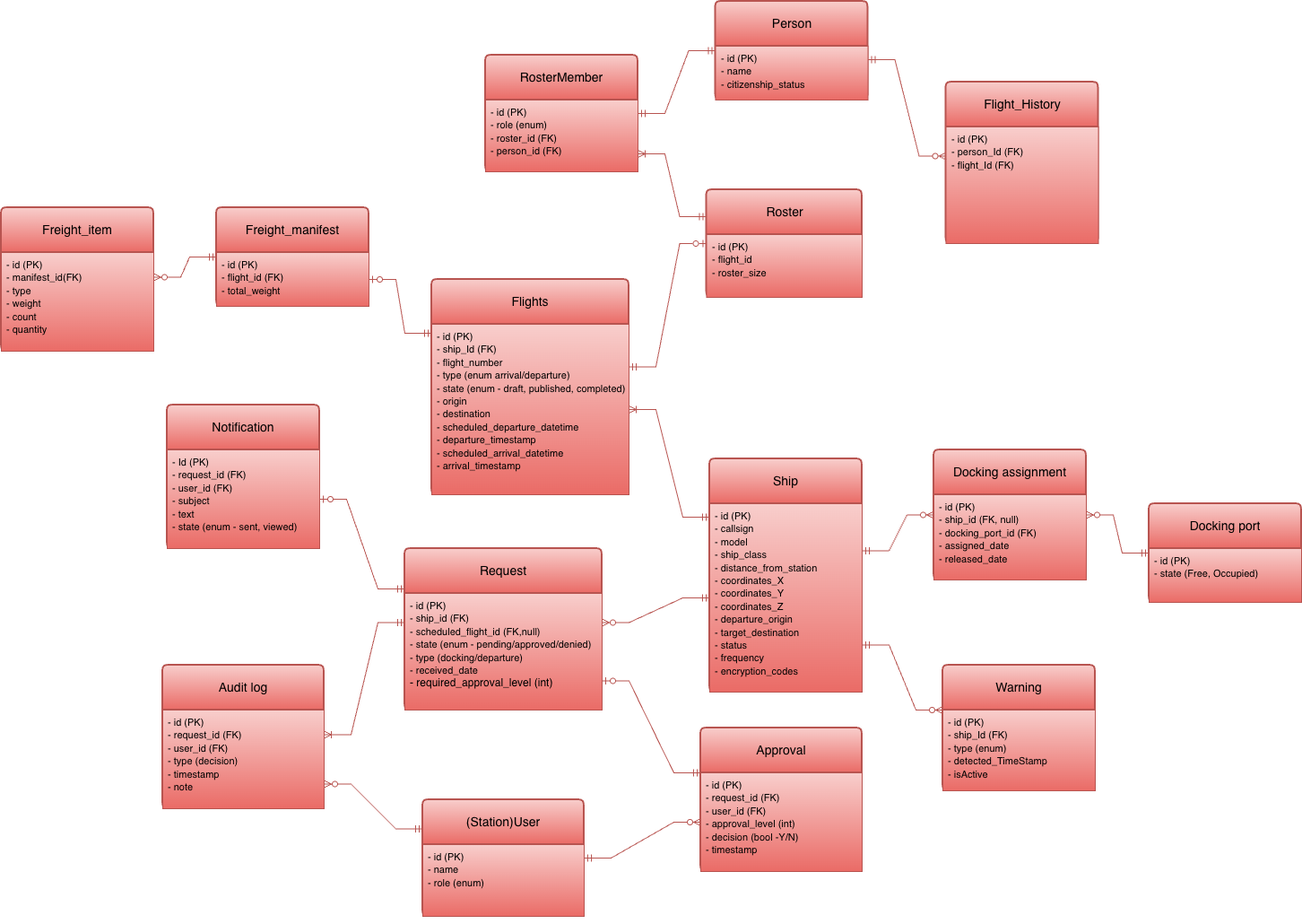
Above: Spacedock_ERD.drawio.png in Casual159/SpaceDock-home-assignment (draw.io), before the change. Source tidied: cells renumbered, new cells last; positions are measured from the earlier drawing's top-left corner, leaving out a move shared by most shapes.
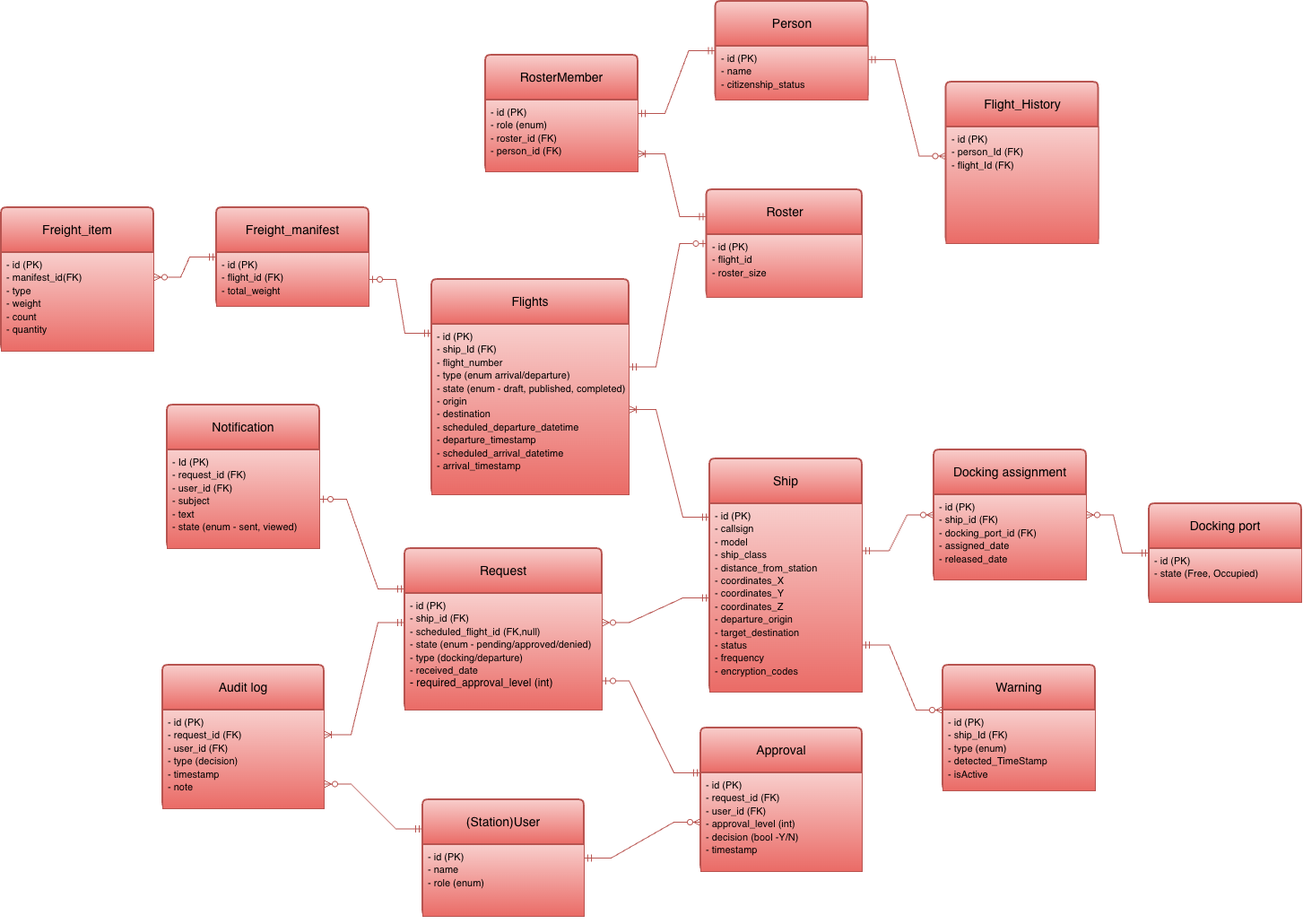
The same file after the commit.

What changed in the source:
```diff
@@ -179,7 +179,7 @@
     <mxCell id="60" value="Docking assignment" style="swimlane;horizontal=1;startSize=50;rounded=1;fontSize=14;fontStyle=0;strokeWidth=2;shadow=0;dashed=0;align=center;arcSize=4;whiteSpace=wrap;html=1;fillColor=#f8cecc;strokeColor=#b85450;gradientColor=#ea6b66;" parent="1" vertex="1">
       <mxGeometry x="1040" y="500" width="170" height="145" as="geometry" />
     </mxCell>
-    <mxCell id="61" value="&lt;span style=&quot;font-size: 11px; text-align: center; text-wrap-mode: nowrap;&quot;&gt;- id&lt;/span&gt;&lt;span style=&quot;font-size: 11px; text-wrap-mode: nowrap; text-align: center; background-color: transparent; color: light-dark(rgb(0, 0, 0), rgb(255, 255, 255));&quot;&gt;&amp;nbsp;&lt;/span&gt;&lt;span style=&quot;font-size: 11px; text-align: center; text-wrap-mode: nowrap;&quot;&gt;(PK)&lt;/span&gt;&lt;div&gt;&lt;div&gt;&lt;span style=&quot;background-color: transparent; color: light-dark(rgb(0, 0, 0), rgb(255, 255, 255)); font-size: 11px; text-align: center; text-wrap-mode: nowrap;&quot;&gt;- ship_id (FK, null)&lt;/span&gt;&lt;/div&gt;&lt;div&gt;&lt;span style=&quot;font-size: 11px; text-align: center; text-wrap-mode: nowrap;&quot;&gt;- docking_port_id (FK)&lt;/span&gt;&lt;/div&gt;&lt;div&gt;&lt;span style=&quot;font-size: 11px; text-align: center; text-wrap-mode: nowrap;&quot;&gt;- assigned_date&lt;/span&gt;&lt;/div&gt;&lt;div&gt;&lt;span style=&quot;font-size: 11px; text-align: center; text-wrap-mode: nowrap;&quot;&gt;- released_date&lt;br&gt;&lt;br&gt;&lt;/span&gt;&lt;/div&gt;&lt;/div&gt;" style="align=left;spacingLeft=4;spacingRight=4;fontSize=12;verticalAlign=top;html=1;whiteSpace=wrap;fillColor=#f8cecc;strokeColor=#b85450;gradientColor=#ea6b66;" parent="60" vertex="1">
+    <mxCell id="61" value="&lt;span style=&quot;font-size: 11px; text-align: center; text-wrap-mode: nowrap;&quot;&gt;- id&lt;/span&gt;&lt;span style=&quot;font-size: 11px; text-wrap-mode: nowrap; text-align: center; background-color: transparent; color: light-dark(rgb(0, 0, 0), rgb(255, 255, 255));&quot;&gt;&amp;nbsp;&lt;/span&gt;&lt;span style=&quot;font-size: 11px; text-align: center; text-wrap-mode: nowrap;&quot;&gt;(PK)&lt;/span&gt;&lt;div&gt;&lt;div&gt;&lt;span style=&quot;background-color: transparent; color: light-dark(rgb(0, 0, 0), rgb(255, 255, 255)); font-size: 11px; text-align: center; text-wrap-mode: nowrap;&quot;&gt;- ship_id (FK)&lt;/span&gt;&lt;/div&gt;&lt;div&gt;&lt;span style=&quot;font-size: 11px; text-align: center; text-wrap-mode: nowrap;&quot;&gt;- docking_port_id (FK)&lt;/span&gt;&lt;/div&gt;&lt;div&gt;&lt;span style=&quot;font-size: 11px; text-align: center; text-wrap-mode: nowrap;&quot;&gt;- assigned_date&lt;/span&gt;&lt;/div&gt;&lt;div&gt;&lt;span style=&quot;font-size: 11px; text-align: center; text-wrap-mode: nowrap;&quot;&gt;- released_date&lt;br&gt;&lt;br&gt;&lt;/span&gt;&lt;/div&gt;&lt;/div&gt;" style="align=left;spacingLeft=4;spacingRight=4;fontSize=12;verticalAlign=top;html=1;whiteSpace=wrap;fillColor=#f8cecc;strokeColor=#b85450;gradientColor=#ea6b66;" parent="60" vertex="1">
       <mxGeometry y="50" width="170" height="95" as="geometry" />
     </mxCell>
     <mxCell id="62" style="edgeStyle=orthogonalEdgeStyle;rounded=0;orthogonalLoop=1;jettySize=auto;html=1;exitX=0.5;exitY=1;exitDx=0;exitDy=0;fillColor=#f8cecc;strokeColor=#b85450;gradientColor=#ea6b66;" parent="60" edge="1" source="61" target="61">
```
